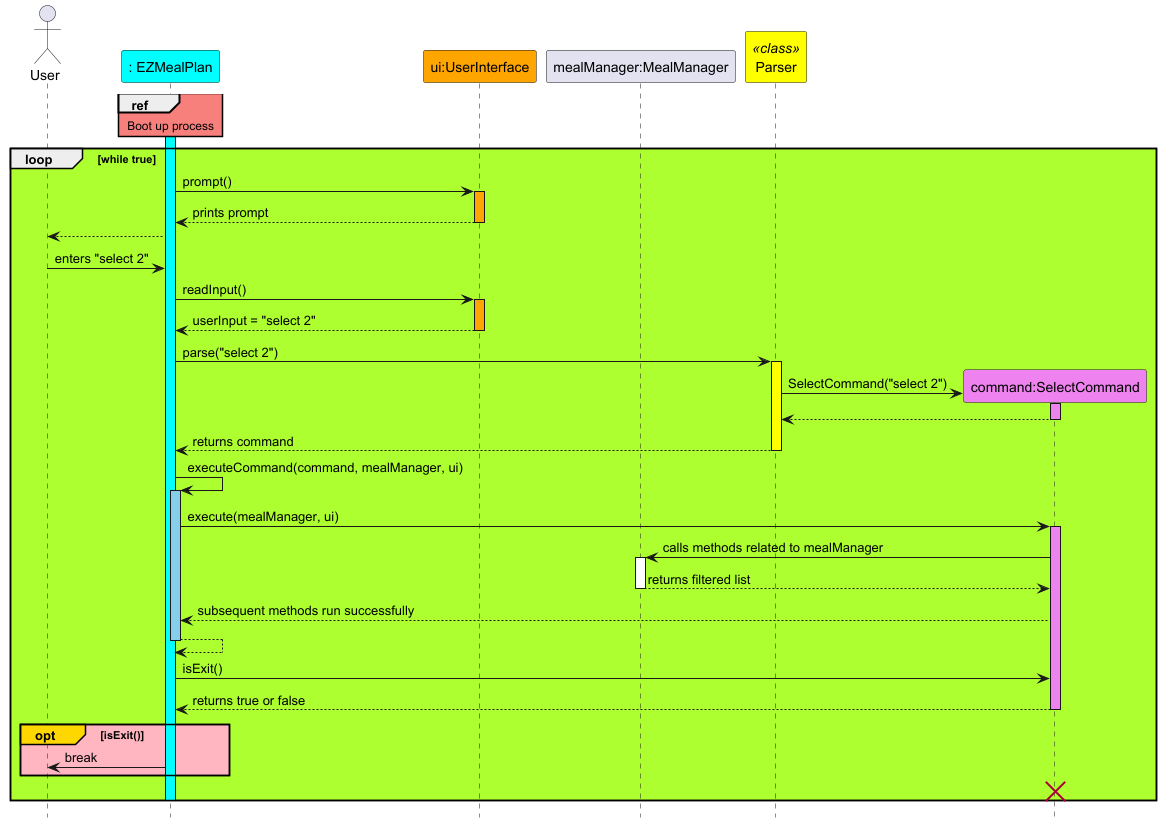
The PlantUML diagram docs/diagrams/RunCommandSequenceDiagram.png in wentuoc/tp, before a commit.
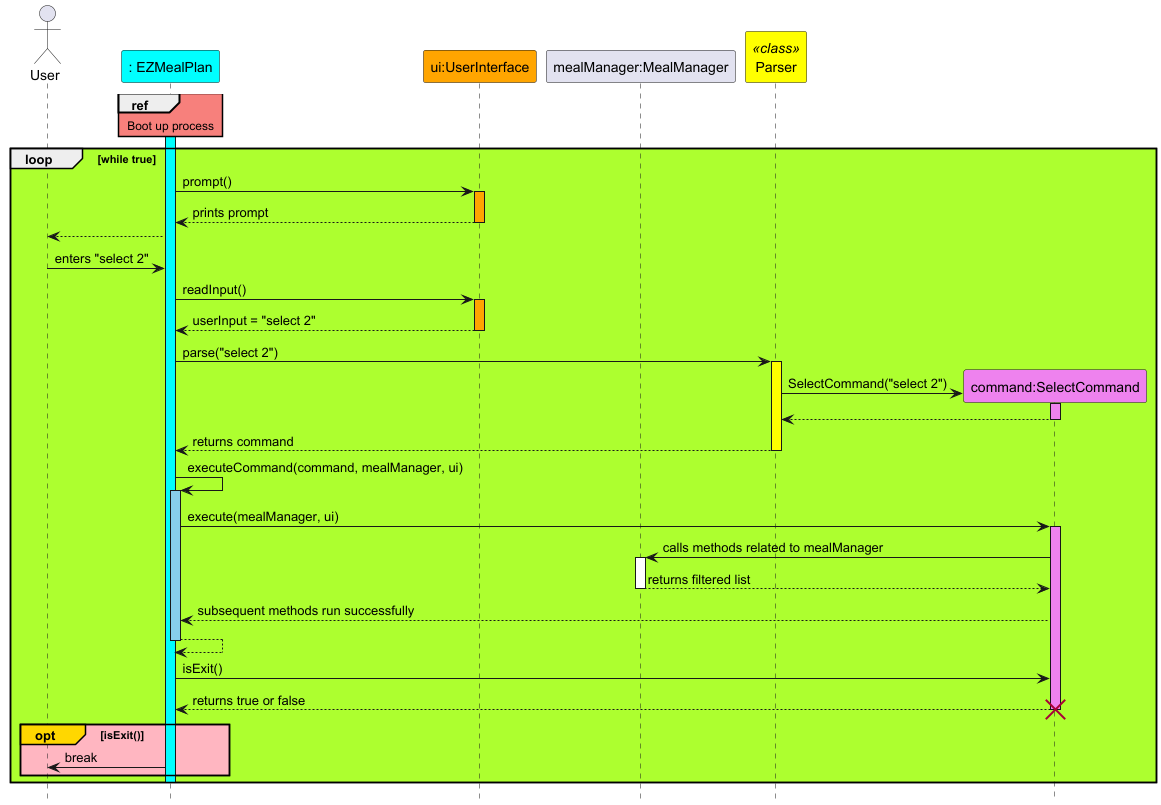
Later version of the same file.

Commit message:
Rectify the error in RunCommandSequenceDiagram.png

What changed in the source:
```diff
@@ -49,10 +49,10 @@
 EZMealPlan -> SelectCommand : isExit()
 SelectCommand --> EZMealPlan : returns true or false
 deactivate SelectCommand
+destroy SelectCommand
 opt#Gold #LightPink isExit()
 EZMealPlan -> User : break
 end
-destroy SelectCommand
 deactivate EZMealPlan
 end
 
```
